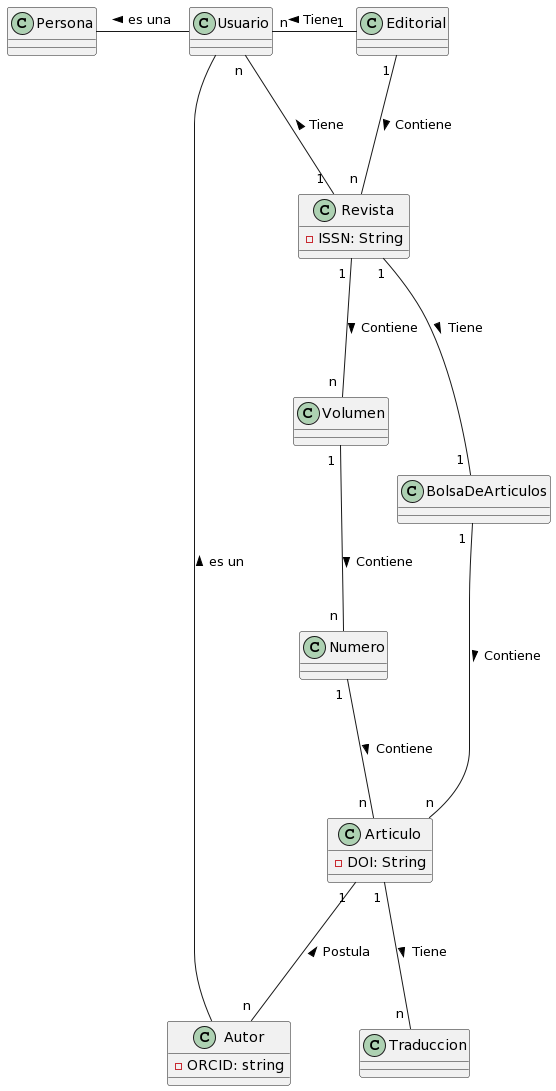
Above: 000-entregas/Grupo4/ProyectoEditorial/ModeloDelDominio/images/modeloDelDominio.png in mmasias/IdSw1-22-23 (PlantUML), before the change. Its diagram source:
```plantuml
@startuml
class Editorial
class Volumen
class Numero
class BolsaDeArticulos
class Persona
class Usuario
class Traduccion

class Revista {
    -ISSN: String
}

class Articulo {
    -DOI: String
}
class Autor {
    -ORCID: string
}



Usuario -l-- Persona : > es una
Autor -u-- Usuario : > es un

Editorial "1 "  --- "n "   Revista : > Contiene
Revista "1 "  --- "n "  Volumen : > Contiene
Volumen "1 "  --- "n "  Numero : > Contiene
Numero "1 "  --- "n "  Articulo : > Contiene

Revista "1 "  --- "1 "  BolsaDeArticulos : > Tiene
BolsaDeArticulos "1 "  -r-- "n " Articulo : > Contiene



Articulo "1 "  --- "n "  Autor : < Postula
Revista "1 "  -l-- "n "  Usuario : > Tiene
Articulo "1 "  --- "n " Traduccion : > Tiene

Editorial "1 "  -l-- "n "  Usuario : > Tiene
@enduml
```
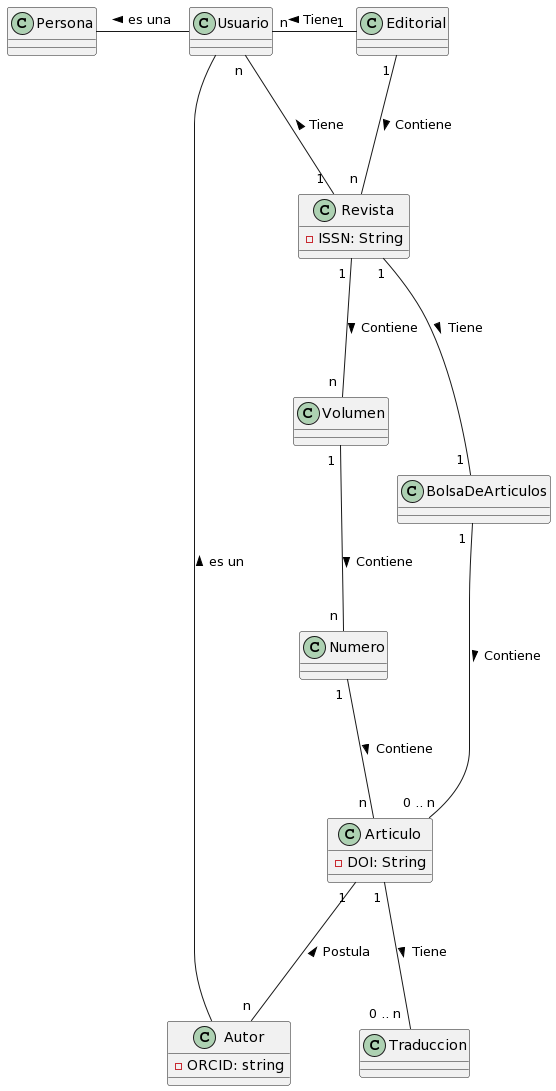
After the change.

Commit message:
Actualizado modelo del Dominio

What changed in the source:
```diff
@@ -29,13 +29,13 @@
 Numero "1 "  --- "n "  Articulo : > Contiene
 
 Revista "1 "  --- "1 "  BolsaDeArticulos : > Tiene
-BolsaDeArticulos "1 "  -r-- "n " Articulo : > Contiene
+BolsaDeArticulos "1 "  -r-- "    0 .. n" Articulo : > Contiene
 
 
 
 Articulo "1 "  --- "n "  Autor : < Postula
 Revista "1 "  -l-- "n "  Usuario : > Tiene
-Articulo "1 "  --- "n " Traduccion : > Tiene
+Articulo "1 "  --- "0 .. n " Traduccion : > Tiene
 
 Editorial "1 "  -l-- "n "  Usuario : > Tiene
 @enduml
```
